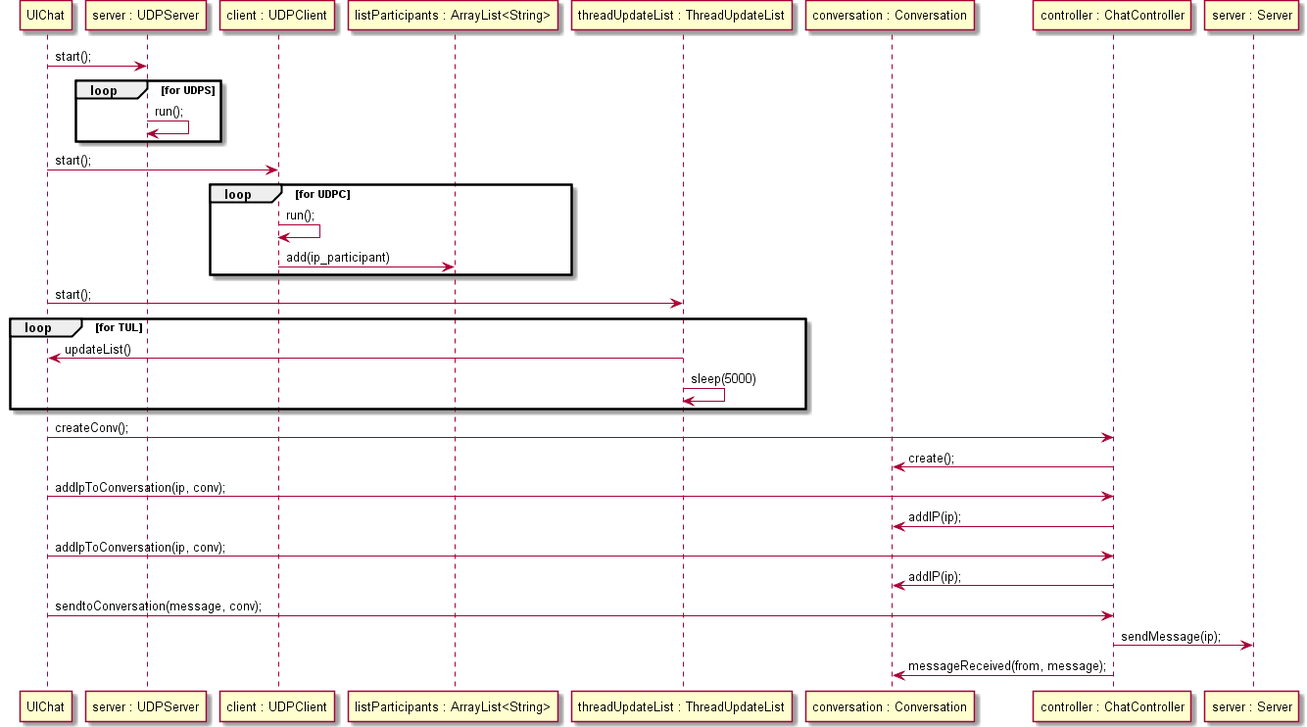
This is src/csheets/userstories/us081/doc-files/us081_design.png from BeatrizSeabra/Project_Excel_Java, a PlantUML export, as it was before one commit. Source of this version:
```plantuml
@startuml doc-files/us081_design.png
participant "UIChat" as UIC
participant "server : UDPServer" as UDPS
participant "client : UDPClient" as UDPC
participant "listParticipants : ArrayList<String>" as LSTP
participant "threadUpdateList : ThreadUpdateList" as TUL
participant "conversation : Conversation" as conv
participant "controller : ChatController" as control
participant "server : Server" as srv

UIC -> UDPS: start();
loop for UDPS
  UDPS -> UDPS: run();
end

UIC -> UDPC : start();
loop for UDPC
  UDPC -> UDPC: run();
  UDPC -> LSTP : add(ip_participant)
end

UIC -> TUL : start();
loop for TUL
  TUL -> UIC : updateList()
  TUL -> TUL : sleep(5000)
end

UIC -> control: createConv();
control -> conv: create();
UIC -> control: addIpToConversation(ip, conv);
control -> conv: addIP(ip);
UIC -> control: addIpToConversation(ip, conv);
control -> conv: addIP(ip);
UIC -> control: sendtoConversation(message, conv);
control -> srv :sendMessage(ip);
control -> conv: messageReceived(from, message);
@enduml
```
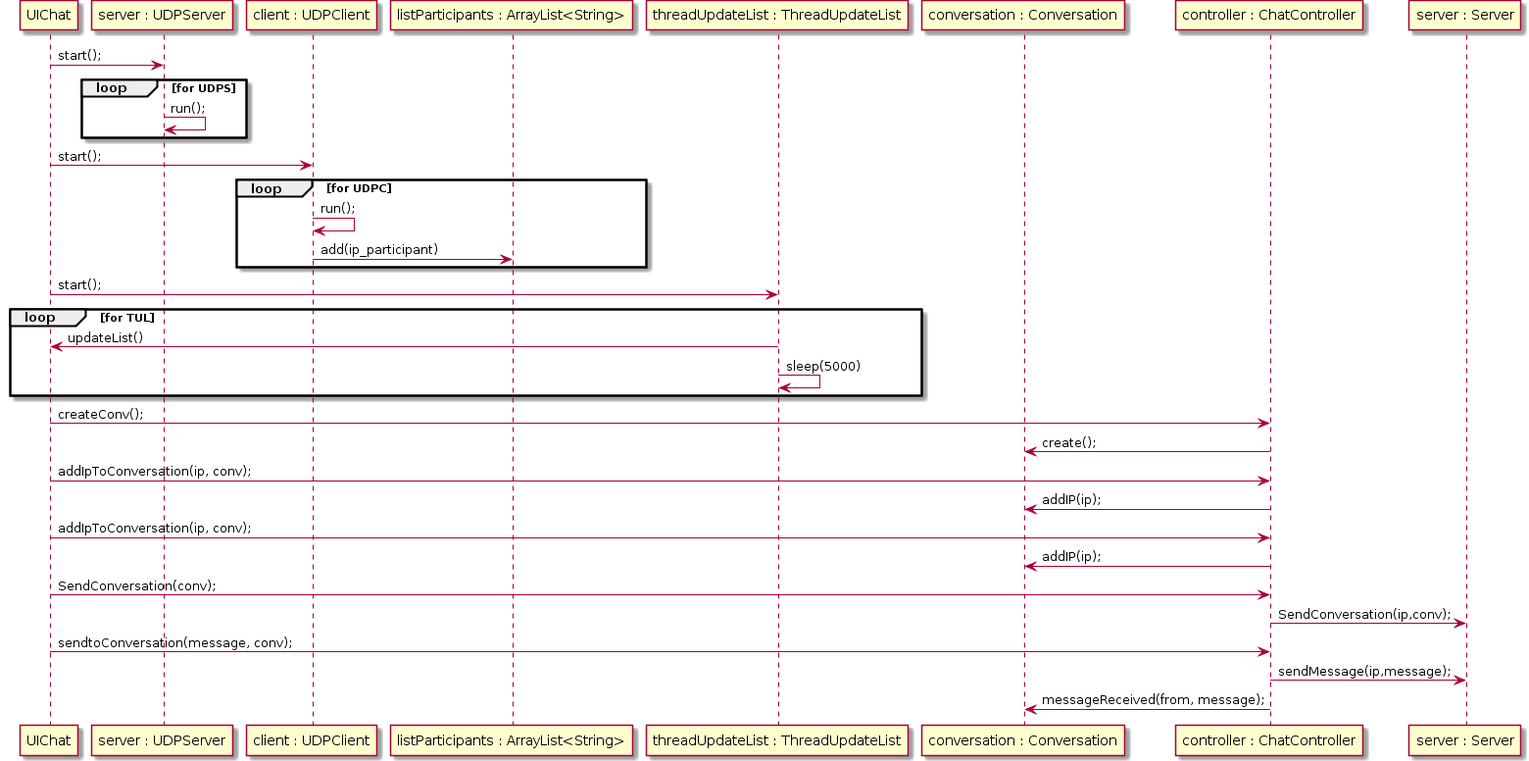
After the commit.

What changed in the source:
```diff
@@ -1,29 +1,29 @@
-@startuml doc-files/us081_design.png
+@startuml
 participant "UIChat" as UIC
-participant "server : UDPServer" as UDPS
-participant "client : UDPClient" as UDPC
-participant "listParticipants : ArrayList<String>" as LSTP
-participant "threadUpdateList : ThreadUpdateList" as TUL
-participant "conversation : Conversation" as conv
-participant "controller : ChatController" as control
-participant "server : Server" as srv
+ participant "server : UDPServer" as UDPS
+ participant "client : UDPClient" as UDPC
+ participant "listParticipants : ArrayList<String>" as LSTP
+ participant "threadUpdateList : ThreadUpdateList" as TUL
+ participant "conversation : Conversation" as conv
+ participant "controller : ChatController" as control
+ participant "server : Server" as srv
 
-UIC -> UDPS: start();
-loop for UDPS
-  UDPS -> UDPS: run();
-end
+ UIC -> UDPS: start();
+ loop for UDPS
+   UDPS -> UDPS: run();
+ end
 
-UIC -> UDPC : start();
-loop for UDPC
-  UDPC -> UDPC: run();
-  UDPC -> LSTP : add(ip_participant)
-end
+ UIC -> UDPC : start();
+ loop for UDPC
+   UDPC -> UDPC: run();
+   UDPC -> LSTP : add(ip_participant)
+ end
 
-UIC -> TUL : start();
-loop for TUL
-  TUL -> UIC : updateList()
-  TUL -> TUL : sleep(5000)
-end
+ UIC -> TUL : start();
+ loop for TUL
+   TUL -> UIC : updateList()
+   TUL -> TUL : sleep(5000)
+ end
 
 UIC -> control: createConv();
 control -> conv: create();
@@ -31,7 +31,10 @@
 control -> conv: addIP(ip);
 UIC -> control: addIpToConversation(ip, conv);
 control -> conv: addIP(ip);
+
+UIC -> control: SendConversation(conv);
+control->srv: SendConversation(ip,conv);
 UIC -> control: sendtoConversation(message, conv);
-control -> srv :sendMessage(ip);
+control -> srv :sendMessage(ip,message);
 control -> conv: messageReceived(from, message);
 @enduml
```
